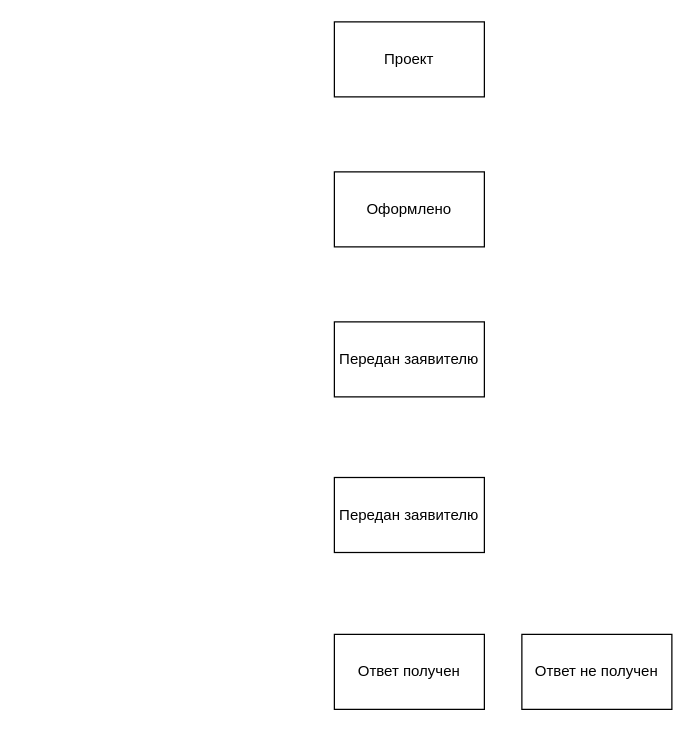
davyd0ff/so-line-grls keeps this draw.io diagram as Domain/Requests/CSApplicantReqeust.States.Statemachine.drawio. Above is the earlier version. Source tidied: cells renumbered, new cells numbered last; positions are measured from the earlier drawing's top-left corner, leaving out a move shared by most shapes. Both pictures are drawn from the tidied source at 125%, with x=0, y=0 at pixel (334, 21).
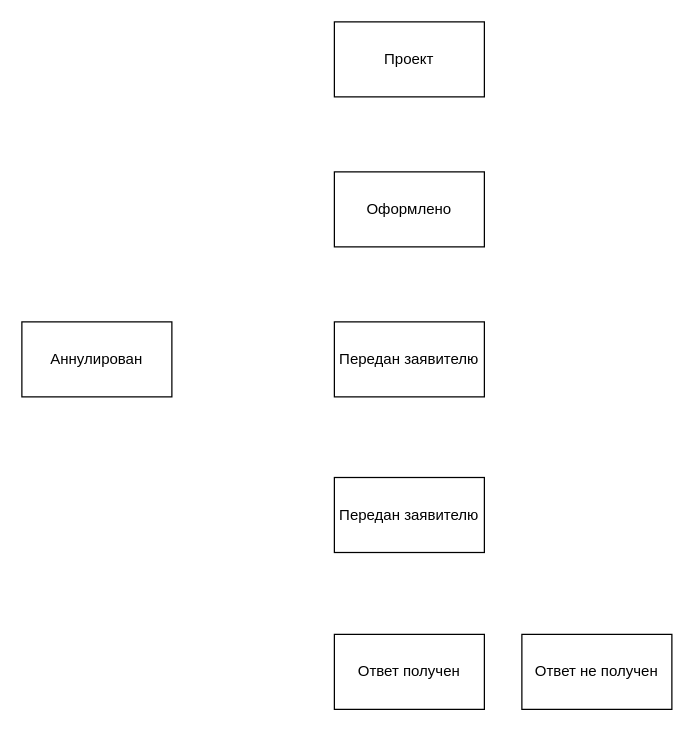
After the change.

Change to the diagram source:
```diff
@@
 <mxGraphModel>
   <root>
     <mxCell id="0" />
     <mxCell id="1" parent="0" />
     <mxCell id="2" value="Проект" style="rounded=0;whiteSpace=wrap;html=1;" parent="1" vertex="1">
       <mxGeometry width="120" height="60" as="geometry" />
     </mxCell>
     <mxCell id="3" value="Оформлено" style="rounded=0;whiteSpace=wrap;html=1;" parent="1" vertex="1">
       <mxGeometry y="120" width="120" height="60" as="geometry" />
     </mxCell>
     <mxCell id="4" value="Передан заявителю" style="rounded=0;whiteSpace=wrap;html=1;" parent="1" vertex="1">
       <mxGeometry y="240" width="120" height="60" as="geometry" />
     </mxCell>
     <mxCell id="5" value="Передан заявителю" style="rounded=0;whiteSpace=wrap;html=1;" parent="1" vertex="1">
       <mxGeometry y="364.5" width="120" height="60" as="geometry" />
     </mxCell>
     <mxCell id="6" value="Ответ получен" style="rounded=0;whiteSpace=wrap;html=1;" parent="1" vertex="1">
       <mxGeometry y="490" width="120" height="60" as="geometry" />
     </mxCell>
     <mxCell id="7" value="Ответ не получен" style="rounded=0;whiteSpace=wrap;html=1;" parent="1" vertex="1">
       <mxGeometry x="150" y="490" width="120" height="60" as="geometry" />
     </mxCell>
+    <mxCell id="8" value="Аннулирован" style="rounded=0;whiteSpace=wrap;html=1;" parent="1" vertex="1">
+      <mxGeometry x="-250" y="240" width="120" height="60" as="geometry" />
+    </mxCell>
   </root>
 </mxGraphModel>
```
